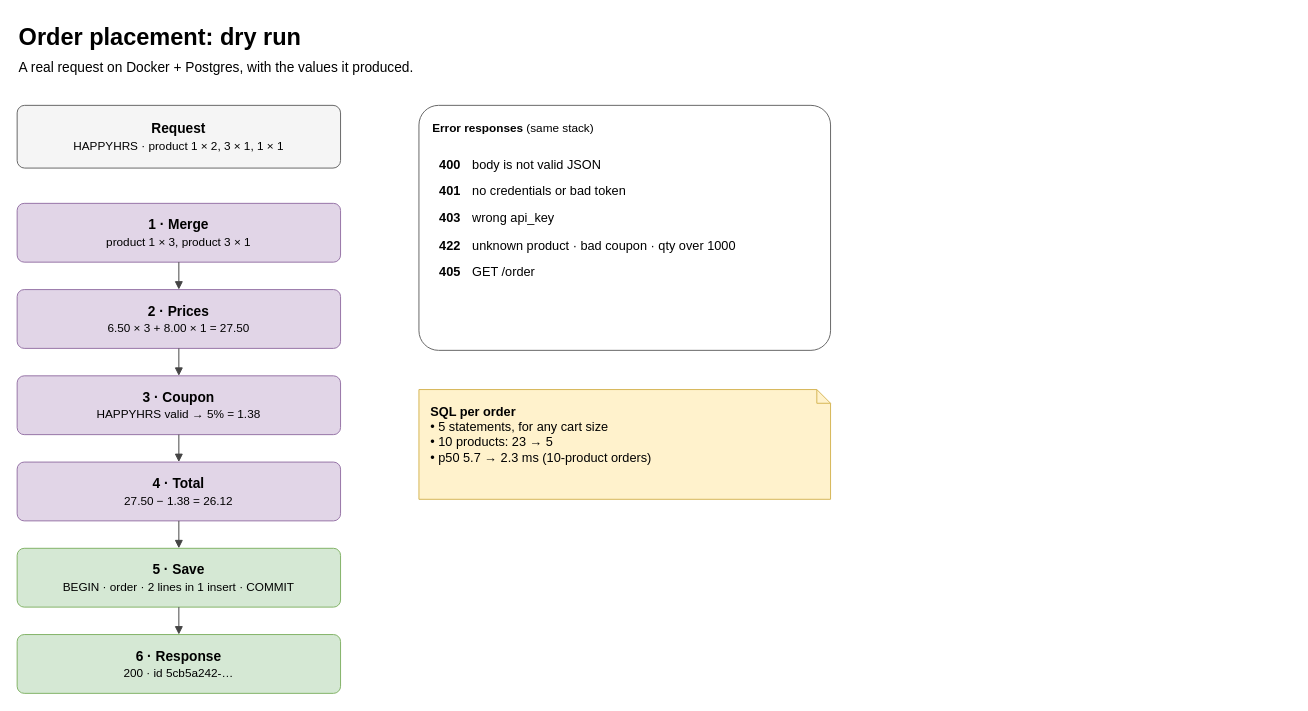
Earlier version of the draw.io diagram page "Dry run - real request" (3 of 3) of docs/diagrams/order.drawio (Vasanth-Korada/oolio-kart-challenge). Source tidied: cells renumbered, new cells numbered last; positions are measured from the earlier drawing's top-left corner, leaving out a move shared by most shapes. Both pictures are drawn from the tidied source at 98%, with x=0, y=0 at pixel (17, 17).
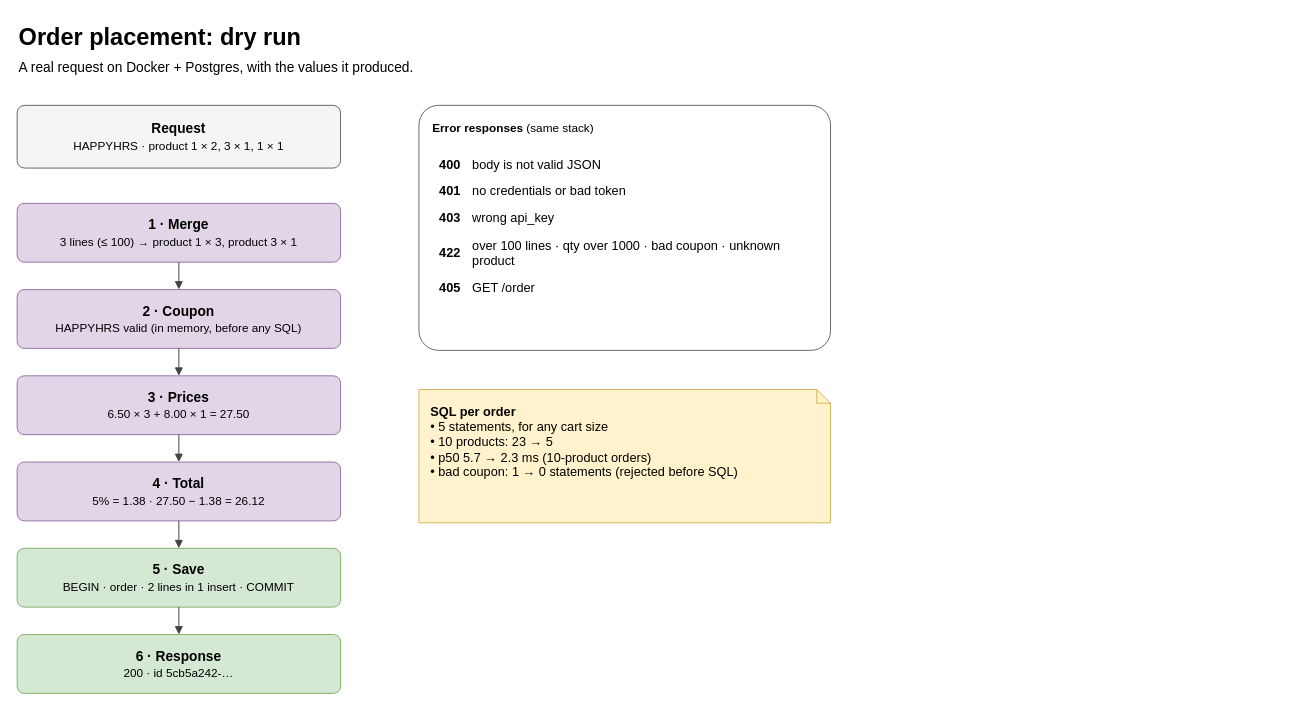
The same page after the edit.

Change to the diagram source:
```diff
@@
 <mxGraphModel>
   <root>
     <mxCell id="0" />
     <mxCell id="1" parent="0" />
     <mxCell id="2" value="&lt;b&gt;Order placement: dry run&lt;/b&gt;" style="text;html=1;whiteSpace=wrap;align=left;verticalAlign=top;fontSize=24;" parent="1" vertex="1">
       <mxGeometry width="1300" height="32" as="geometry" />
     </mxCell>
     <mxCell id="3" value="A real request on Docker + Postgres, with the values it produced." style="text;html=1;whiteSpace=wrap;align=left;verticalAlign=top;fontSize=14;" parent="1" vertex="1">
       <mxGeometry y="36" width="1300" height="24" as="geometry" />
     </mxCell>
     <mxCell id="4" value="&lt;b&gt;Request&lt;/b&gt;&lt;br&gt;&lt;span style='font-size:12px'&gt;HAPPYHRS · product 1 × 2, 3 × 1, 1 × 1&lt;/span&gt;" style="rounded=1;arcSize=12;whiteSpace=wrap;html=1;fillColor=#f5f5f5;strokeColor=#666666;fontSize=12;fontSize=14;" parent="1" vertex="1">
       <mxGeometry y="90" width="330" height="64" as="geometry" />
     </mxCell>
-    <mxCell id="5" value="&lt;b&gt;1 · Merge&lt;/b&gt;&lt;br&gt;&lt;span style='font-size:12px'&gt;product 1 × 3, product 3 × 1&lt;/span&gt;" style="rounded=1;arcSize=12;whiteSpace=wrap;html=1;fillColor=#e1d5e7;strokeColor=#9673a6;fontSize=12;fontSize=14;" parent="1" vertex="1">
+    <mxCell id="5" value="&lt;b&gt;1 · Merge&lt;/b&gt;&lt;br&gt;&lt;span style='font-size:12px'&gt;3 lines (≤ 100) → product 1 × 3, product 3 × 1&lt;/span&gt;" style="rounded=1;arcSize=12;whiteSpace=wrap;html=1;fillColor=#e1d5e7;strokeColor=#9673a6;fontSize=12;fontSize=14;" parent="1" vertex="1">
       <mxGeometry y="190" width="330" height="60" as="geometry" />
     </mxCell>
-    <mxCell id="6" value="&lt;b&gt;2 · Prices&lt;/b&gt;&lt;br&gt;&lt;span style='font-size:12px'&gt;6.50 × 3 + 8.00 × 1 = 27.50&lt;/span&gt;" style="rounded=1;arcSize=12;whiteSpace=wrap;html=1;fillColor=#e1d5e7;strokeColor=#9673a6;fontSize=12;fontSize=14;" parent="1" vertex="1">
+    <mxCell id="6" value="&lt;b&gt;2 · Coupon&lt;/b&gt;&lt;br&gt;&lt;span style='font-size:12px'&gt;HAPPYHRS valid (in memory, before any SQL)&lt;/span&gt;" style="rounded=1;arcSize=12;whiteSpace=wrap;html=1;fillColor=#e1d5e7;strokeColor=#9673a6;fontSize=12;fontSize=14;" parent="1" vertex="1">
       <mxGeometry y="278" width="330" height="60" as="geometry" />
     </mxCell>
     <mxCell id="7" style="edgeStyle=orthogonalEdgeStyle;rounded=1;html=1;endArrow=block;endFill=1;strokeColor=#444444;fontSize=11;labelBackgroundColor=#ffffff;fontSize=12;" parent="1" edge="1" source="5" target="6">
       <mxGeometry relative="1" as="geometry" />
     </mxCell>
-    <mxCell id="8" value="&lt;b&gt;3 · Coupon&lt;/b&gt;&lt;br&gt;&lt;span style='font-size:12px'&gt;HAPPYHRS valid → 5% = 1.38&lt;/span&gt;" style="rounded=1;arcSize=12;whiteSpace=wrap;html=1;fillColor=#e1d5e7;strokeColor=#9673a6;fontSize=12;fontSize=14;" parent="1" vertex="1">
+    <mxCell id="8" value="&lt;b&gt;3 · Prices&lt;/b&gt;&lt;br&gt;&lt;span style='font-size:12px'&gt;6.50 × 3 + 8.00 × 1 = 27.50&lt;/span&gt;" style="rounded=1;arcSize=12;whiteSpace=wrap;html=1;fillColor=#e1d5e7;strokeColor=#9673a6;fontSize=12;fontSize=14;" parent="1" vertex="1">
       <mxGeometry y="366" width="330" height="60" as="geometry" />
     </mxCell>
     <mxCell id="9" style="edgeStyle=orthogonalEdgeStyle;rounded=1;html=1;endArrow=block;endFill=1;strokeColor=#444444;fontSize=11;labelBackgroundColor=#ffffff;fontSize=12;" parent="1" edge="1" source="6" target="8">
       <mxGeometry relative="1" as="geometry" />
     </mxCell>
-    <mxCell id="10" value="&lt;b&gt;4 · Total&lt;/b&gt;&lt;br&gt;&lt;span style='font-size:12px'&gt;27.50 − 1.38 = 26.12&lt;/span&gt;" style="rounded=1;arcSize=12;whiteSpace=wrap;html=1;fillColor=#e1d5e7;strokeColor=#9673a6;fontSize=12;fontSize=14;" parent="1" vertex="1">
+    <mxCell id="10" value="&lt;b&gt;4 · Total&lt;/b&gt;&lt;br&gt;&lt;span style='font-size:12px'&gt;5% = 1.38 · 27.50 − 1.38 = 26.12&lt;/span&gt;" style="rounded=1;arcSize=12;whiteSpace=wrap;html=1;fillColor=#e1d5e7;strokeColor=#9673a6;fontSize=12;fontSize=14;" parent="1" vertex="1">
       <mxGeometry y="454" width="330" height="60" as="geometry" />
     </mxCell>
     <mxCell id="11" style="edgeStyle=orthogonalEdgeStyle;rounded=1;html=1;endArrow=block;endFill=1;strokeColor=#444444;fontSize=11;labelBackgroundColor=#ffffff;fontSize=12;" parent="1" edge="1" source="8" target="10">
       <mxGeometry relative="1" as="geometry" />
     </mxCell>
     <mxCell id="12" value="&lt;b&gt;5 · Save&lt;/b&gt;&lt;br&gt;&lt;span style='font-size:12px'&gt;BEGIN · order · 2 lines in 1 insert · COMMIT&lt;/span&gt;" style="rounded=1;arcSize=12;whiteSpace=wrap;html=1;fillColor=#d5e8d4;strokeColor=#82b366;fontSize=12;fontSize=14;" parent="1" vertex="1">
       <mxGeometry y="542" width="330" height="60" as="geometry" />
     </mxCell>
     <mxCell id="13" style="edgeStyle=orthogonalEdgeStyle;rounded=1;html=1;endArrow=block;endFill=1;strokeColor=#444444;fontSize=11;labelBackgroundColor=#ffffff;fontSize=12;" parent="1" edge="1" source="10" target="12">
       <mxGeometry relative="1" as="geometry" />
     </mxCell>
     <mxCell id="14" value="&lt;b&gt;6 · Response&lt;/b&gt;&lt;br&gt;&lt;span style='font-size:12px'&gt;200 · id 5cb5a242-…&lt;/span&gt;" style="rounded=1;arcSize=12;whiteSpace=wrap;html=1;fillColor=#d5e8d4;strokeColor=#82b366;fontSize=12;fontSize=14;" parent="1" vertex="1">
       <mxGeometry y="630" width="330" height="60" as="geometry" />
     </mxCell>
     <mxCell id="15" style="edgeStyle=orthogonalEdgeStyle;rounded=1;html=1;endArrow=block;endFill=1;strokeColor=#444444;fontSize=11;labelBackgroundColor=#ffffff;fontSize=12;" parent="1" edge="1" source="12" target="14">
       <mxGeometry relative="1" as="geometry" />
     </mxCell>
-    <mxCell id="16" value="&lt;b&gt;Error responses&lt;/b&gt; (same stack)&lt;br&gt;&lt;br&gt;&lt;table cellpadding='5' style='font-size:13px'&gt;&lt;tr&gt;&lt;td&gt;&lt;b&gt;400&lt;/b&gt;&lt;/td&gt;&lt;td&gt;body is not valid JSON&lt;/td&gt;&lt;/tr&gt;&lt;tr&gt;&lt;td&gt;&lt;b&gt;401&lt;/b&gt;&lt;/td&gt;&lt;td&gt;no credentials or bad token&lt;/td&gt;&lt;/tr&gt;&lt;tr&gt;&lt;td&gt;&lt;b&gt;403&lt;/b&gt;&lt;/td&gt;&lt;td&gt;wrong api_key&lt;/td&gt;&lt;/tr&gt;&lt;tr&gt;&lt;td&gt;&lt;b&gt;422&lt;/b&gt;&lt;/td&gt;&lt;td&gt;unknown product · bad coupon · qty over 1000&lt;/td&gt;&lt;/tr&gt;&lt;tr&gt;&lt;td&gt;&lt;b&gt;405&lt;/b&gt;&lt;/td&gt;&lt;td&gt;GET /order&lt;/td&gt;&lt;/tr&gt;&lt;/table&gt;" style="rounded=1;arcSize=8;whiteSpace=wrap;html=1;fillColor=#ffffff;strokeColor=#666666;fontSize=12;align=left;verticalAlign=top;spacingLeft=12;spacingTop=10;" parent="1" vertex="1">
+    <mxCell id="16" value="&lt;b&gt;Error responses&lt;/b&gt; (same stack)&lt;br&gt;&lt;br&gt;&lt;table cellpadding='5' style='font-size:13px'&gt;&lt;tr&gt;&lt;td&gt;&lt;b&gt;400&lt;/b&gt;&lt;/td&gt;&lt;td&gt;body is not valid JSON&lt;/td&gt;&lt;/tr&gt;&lt;tr&gt;&lt;td&gt;&lt;b&gt;401&lt;/b&gt;&lt;/td&gt;&lt;td&gt;no credentials or bad token&lt;/td&gt;&lt;/tr&gt;&lt;tr&gt;&lt;td&gt;&lt;b&gt;403&lt;/b&gt;&lt;/td&gt;&lt;td&gt;wrong api_key&lt;/td&gt;&lt;/tr&gt;&lt;tr&gt;&lt;td&gt;&lt;b&gt;422&lt;/b&gt;&lt;/td&gt;&lt;td&gt;over 100 lines · qty over 1000 · bad coupon · unknown product&lt;/td&gt;&lt;/tr&gt;&lt;tr&gt;&lt;td&gt;&lt;b&gt;405&lt;/b&gt;&lt;/td&gt;&lt;td&gt;GET /order&lt;/td&gt;&lt;/tr&gt;&lt;/table&gt;" style="rounded=1;arcSize=8;whiteSpace=wrap;html=1;fillColor=#ffffff;strokeColor=#666666;fontSize=12;align=left;verticalAlign=top;spacingLeft=12;spacingTop=10;" parent="1" vertex="1">
       <mxGeometry x="410" y="90" width="420" height="250" as="geometry" />
     </mxCell>
-    <mxCell id="17" value="&lt;b&gt;SQL per order&lt;/b&gt;&lt;br&gt;• 5 statements, for any cart size&lt;br&gt;• 10 products: 23 → 5&lt;br&gt;• p50 5.7 → 2.3 ms (10-product orders)" style="shape=note;size=14;whiteSpace=wrap;html=1;fillColor=#fff2cc;strokeColor=#d6b656;fontSize=12;align=left;verticalAlign=top;spacingLeft=10;spacingTop=8;fontSize=13;" parent="1" vertex="1">
-      <mxGeometry x="410" y="380" width="420" height="112" as="geometry" />
+    <mxCell id="17" value="&lt;b&gt;SQL per order&lt;/b&gt;&lt;br&gt;• 5 statements, for any cart size&lt;br&gt;• 10 products: 23 → 5&lt;br&gt;• p50 5.7 → 2.3 ms (10-product orders)&lt;br&gt;• bad coupon: 1 → 0 statements (rejected before SQL)" style="shape=note;size=14;whiteSpace=wrap;html=1;fillColor=#fff2cc;strokeColor=#d6b656;fontSize=12;align=left;verticalAlign=top;spacingLeft=10;spacingTop=8;fontSize=13;" parent="1" vertex="1">
+      <mxGeometry x="410" y="380" width="420" height="136" as="geometry" />
     </mxCell>
   </root>
 </mxGraphModel>
```
